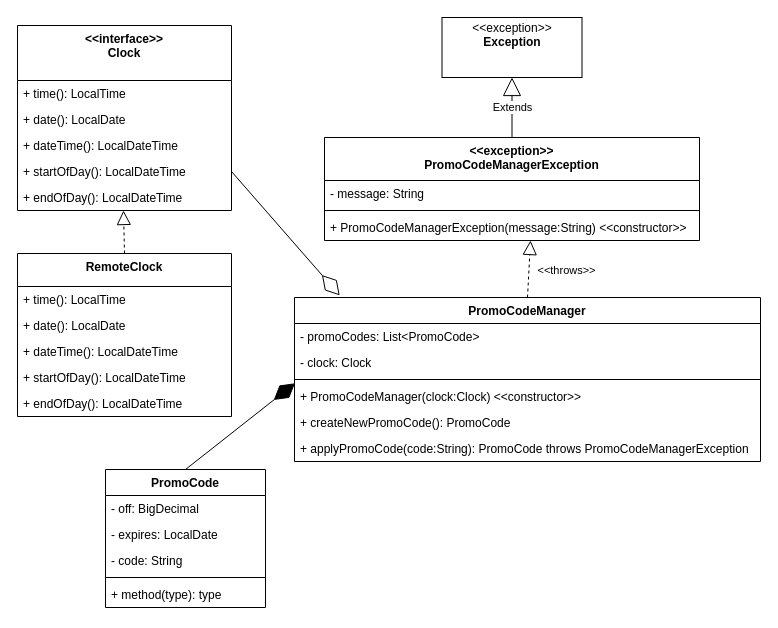
Above: presentation/design-systems/datetime/datetime.drawio in jslsolucoes/training (draw.io), before the change. Source tidied: cells renumbered, new cells numbered last; positions are measured from the earlier drawing's top-left corner, leaving out a move shared by most shapes. Both pictures are drawn from the tidied source at 100%, with x=0, y=0 at pixel (17, 17).
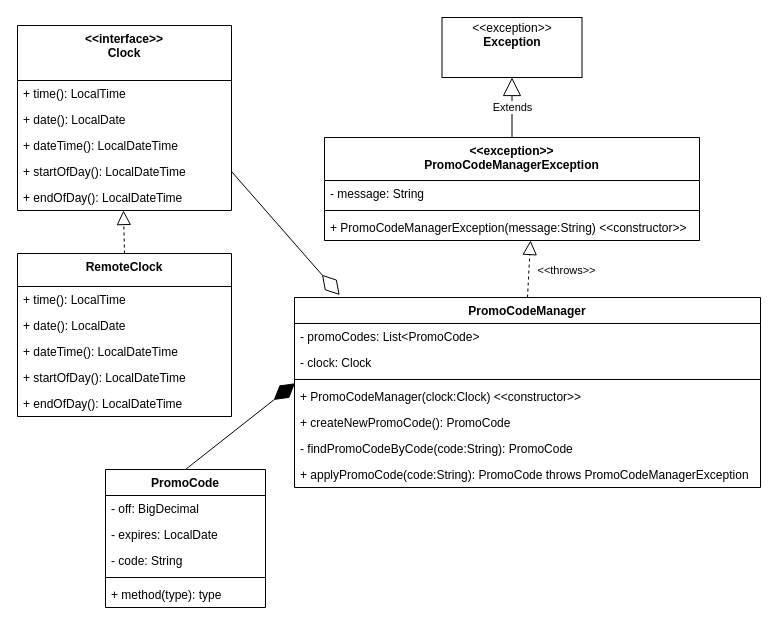
Above is the later version.

Diff of the diagram source:
```diff
@@
     <mxCell id="21" value="PromoCodeManager" style="swimlane;fontStyle=1;align=center;verticalAlign=top;horizontal=1;startSize=26;" parent="1" vertex="1">
-      <mxGeometry x="277" y="280" width="466" height="164" as="geometry" />
+      <mxGeometry x="277" y="280" width="466" height="190" as="geometry" />
     </mxCell>
@@
+    <mxCell id="38" value="- findPromoCodeByCode(code:String): PromoCode" style="text;strokeColor=none;fillColor=none;align=left;verticalAlign=top;spacingLeft=4;spacingRight=4;overflow=hidden;" parent="21" vertex="1">
+      <mxGeometry y="138" width="466" height="26" as="geometry" />
+    </mxCell>
     <mxCell id="27" value="+ applyPromoCode(code:String): PromoCode throws PromoCodeManagerException&#10; " style="text;strokeColor=none;fillColor=none;align=left;verticalAlign=top;spacingLeft=4;spacingRight=4;overflow=hidden;" parent="21" vertex="1">
-      <mxGeometry y="138" width="466" height="26" as="geometry" />
+      <mxGeometry y="164" width="466" height="26" as="geometry" />
     </mxCell>
```
